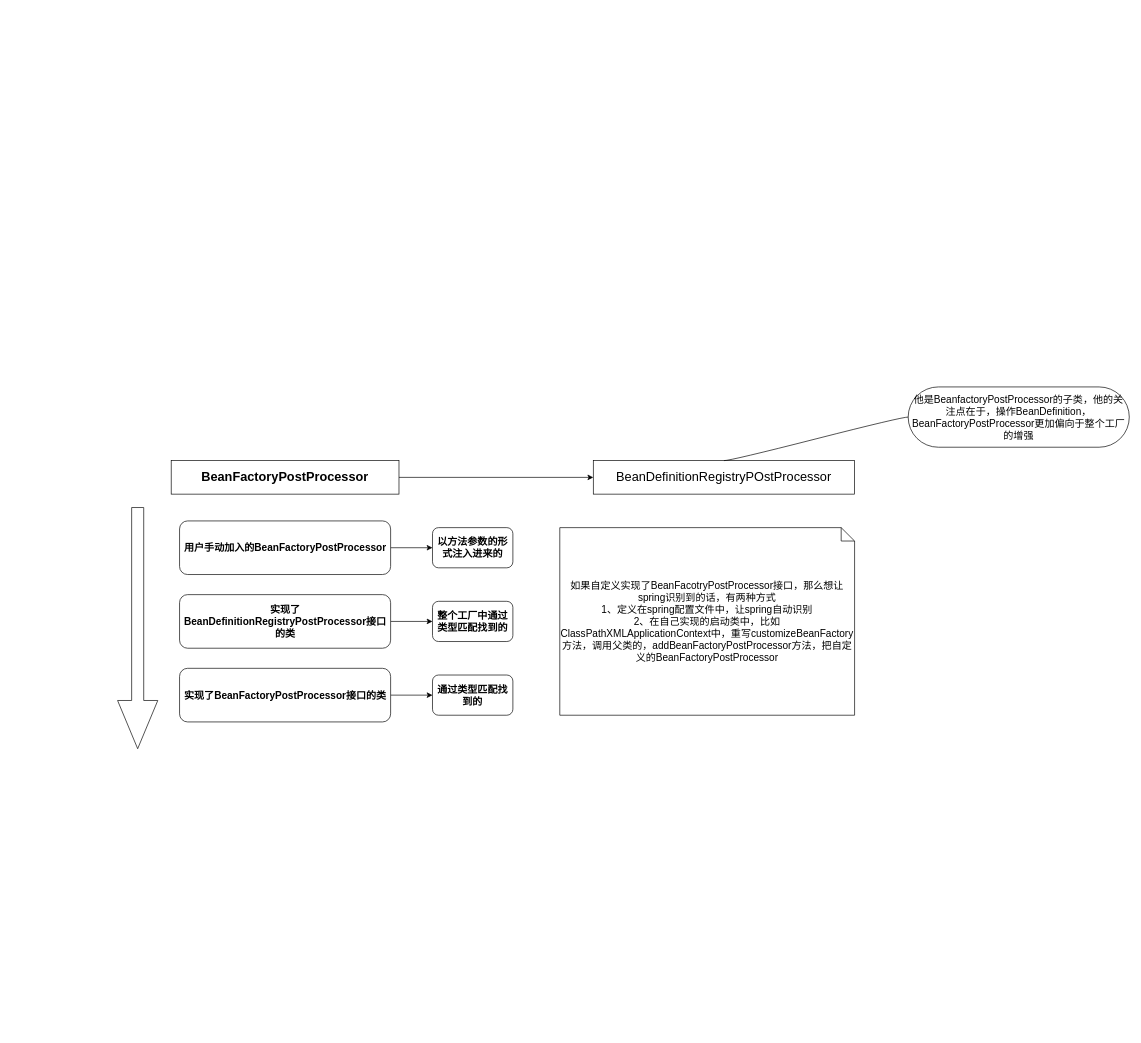
Above: spring/beanFactoryPostProcessor.drawio in ZWYXY/all_images (draw.io), before the change. Source tidied: cells renumbered, new cells numbered last; positions are measured from the earlier drawing's top-left corner, leaving out a move shared by most shapes. Both pictures are drawn from the tidied source at 67%, with x=0, y=0 at pixel (117, 387).
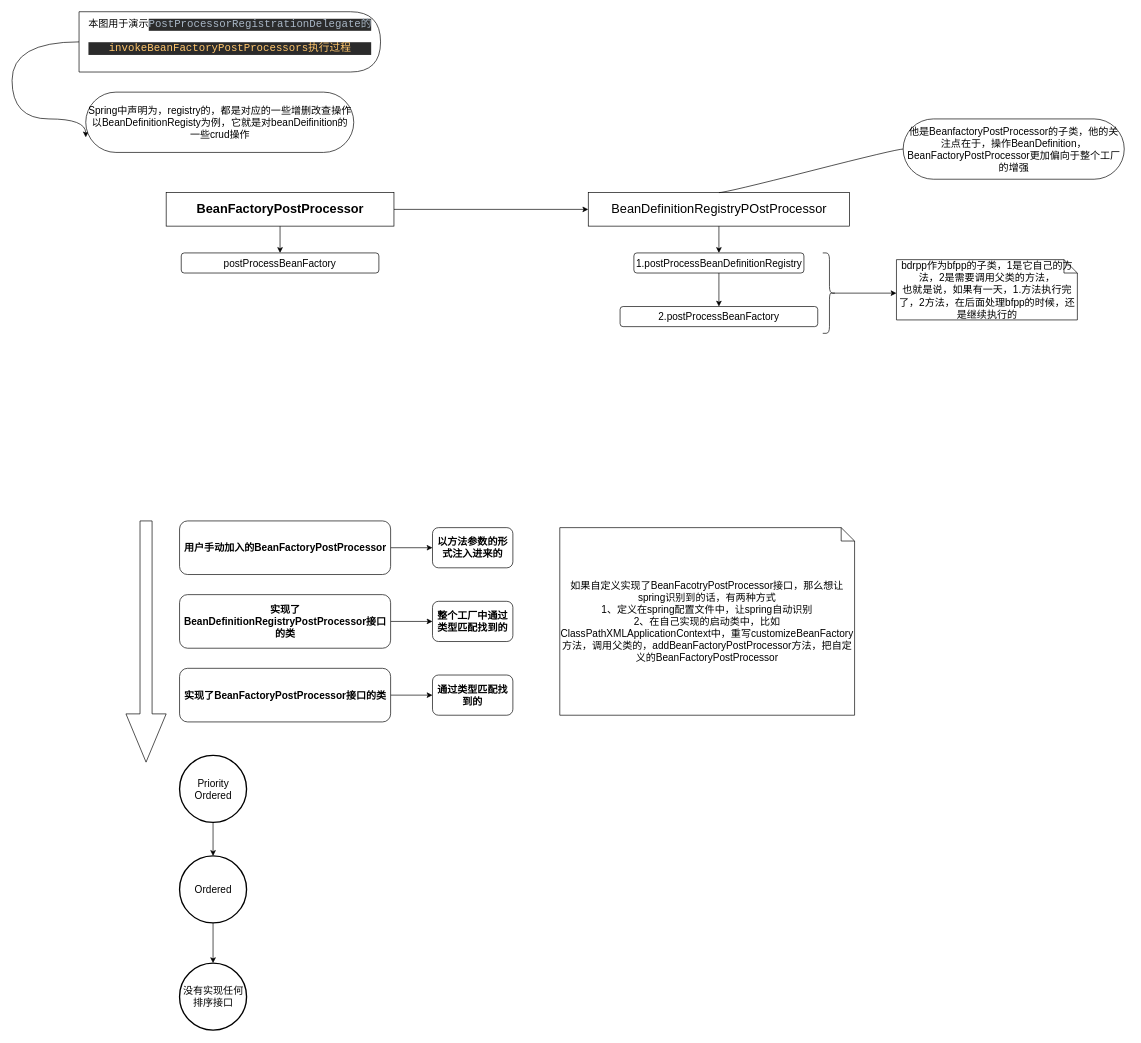
The same page after the edit.

Change to the diagram source:
```diff
@@
+    <mxCell id="18" style="edgeStyle=none;html=1;exitX=0.5;exitY=1;exitDx=0;exitDy=0;fontSize=15;" parent="1" edge="1" source="3" target="22">
+      <mxGeometry relative="1" as="geometry" />
+    </mxCell>
     <mxCell id="3" value="&lt;b&gt;&lt;font style=&quot;font-size: 19px&quot;&gt;BeanFactoryPostProcessor&lt;/font&gt;&lt;/b&gt;" style="rounded=0;whiteSpace=wrap;html=1;" parent="1" vertex="1">
-      <mxGeometry x="80" y="110" width="340" height="50" as="geometry" />
+      <mxGeometry x="72.5" y="-290" width="340" height="50" as="geometry" />
     </mxCell>
+    <mxCell id="19" style="edgeStyle=none;html=1;exitX=0.5;exitY=1;exitDx=0;exitDy=0;fontSize=15;" parent="1" edge="1" source="4" target="21">
+      <mxGeometry relative="1" as="geometry" />
+    </mxCell>
     <mxCell id="4" value="&lt;font style=&quot;font-size: 19px&quot;&gt;BeanDefinitionRegistryPOstProcessor&lt;/font&gt;" style="rounded=0;whiteSpace=wrap;html=1;" parent="1" vertex="1">
-      <mxGeometry x="710" y="110" width="390" height="50" as="geometry" />
+      <mxGeometry x="702.5" y="-290" width="390" height="50" as="geometry" />
     </mxCell>
     <mxCell id="5" style="shape=singleArrow;direction=south;whiteSpace=wrap;html=1;" parent="1" vertex="1">
-      <mxGeometry y="180" width="60" height="360" as="geometry" />
+      <mxGeometry x="12.5" y="200" width="60" height="360" as="geometry" />
     </mxCell>
@@
     <mxCell id="16" value="他是BeanfactoryPostProcessor的子类，他的关注点在于，操作BeanDefinition，BeanFactoryPostProcessor更加偏向于整个工厂的增强" style="whiteSpace=wrap;html=1;rounded=1;arcSize=50;align=center;verticalAlign=middle;strokeWidth=1;spacing=4;newEdgeStyle={&quot;edgeStyle&quot;:&quot;entityRelationEdgeStyle&quot;,&quot;startArrow&quot;:&quot;none&quot;,&quot;endArrow&quot;:&quot;none&quot;,&quot;segment&quot;:10,&quot;curved&quot;:1};fontSize=15;" parent="1" vertex="1">
-      <mxGeometry x="1180" width="330" height="90" as="geometry" />
+      <mxGeometry x="1172.5" y="-400" width="330" height="90" as="geometry" />
     </mxCell>
@@
+    <mxCell id="20" style="edgeStyle=none;html=1;exitX=0.5;exitY=1;exitDx=0;exitDy=0;entryX=0.5;entryY=0;entryDx=0;entryDy=0;fontSize=15;" parent="1" edge="1" source="21" target="23">
+      <mxGeometry relative="1" as="geometry" />
+    </mxCell>
+    <mxCell id="21" value="1.postProcessBeanDefinitionRegistry" style="rounded=1;whiteSpace=wrap;html=1;fontSize=15;" parent="1" vertex="1">
+      <mxGeometry x="770.6" y="-200" width="253.8" height="30" as="geometry" />
+    </mxCell>
+    <mxCell id="22" value="postProcessBeanFactory" style="rounded=1;whiteSpace=wrap;html=1;fontSize=15;" parent="1" vertex="1">
+      <mxGeometry x="95" y="-200" width="295" height="30" as="geometry" />
+    </mxCell>
+    <mxCell id="23" value="2.postProcessBeanFactory" style="rounded=1;whiteSpace=wrap;html=1;fontSize=15;" parent="1" vertex="1">
+      <mxGeometry x="750" y="-120" width="295" height="30" as="geometry" />
+    </mxCell>
+    <mxCell id="24" style="edgeStyle=none;html=1;exitX=0.1;exitY=0.5;exitDx=0;exitDy=0;exitPerimeter=0;fontSize=15;" parent="1" edge="1" source="25">
+      <mxGeometry relative="1" as="geometry">
+        <mxPoint x="1162.5" y="-140" as="targetPoint" />
+      </mxGeometry>
+    </mxCell>
+    <mxCell id="25" style="shape=curlyBracket;whiteSpace=wrap;html=1;rounded=1;flipH=1;fontSize=15;" parent="1" vertex="1">
+      <mxGeometry x="1052.5" y="-200" width="20" height="120" as="geometry" />
+    </mxCell>
+    <mxCell id="26" value="bdrpp作为bfpp的子类，1是它自己的方法，2是需要调用父类的方法，&lt;br&gt;也就是说，如果有一天，1.方法执行完了，2方法，在后面处理bfpp的时候，还是继续执行的" style="shape=note;size=20;whiteSpace=wrap;html=1;fontSize=15;" parent="1" vertex="1">
+      <mxGeometry x="1162.5" y="-190" width="270" height="90" as="geometry" />
+    </mxCell>
+    <mxCell id="27" style="edgeStyle=orthogonalEdgeStyle;html=1;exitX=0;exitY=0.5;exitDx=0;exitDy=0;entryX=0;entryY=0.75;entryDx=0;entryDy=0;fontSize=15;curved=1;" parent="1" edge="1" source="28" target="34">
+      <mxGeometry relative="1" as="geometry">
+        <Array as="points">
+          <mxPoint x="-157.5" y="-515" />
+          <mxPoint x="-157.5" y="-400" />
+        </Array>
+      </mxGeometry>
+    </mxCell>
+    <mxCell id="28" value="本图用于演示&lt;span style=&quot;background-color: rgb(43 , 43 , 43) ; color: rgb(169 , 183 , 198) ; font-family: &amp;#34;jetbrains mono extrabold&amp;#34; , monospace ; font-size: 12pt&quot;&gt;PostProcessorRegistrationDelegate的&lt;br&gt;&lt;/span&gt;&lt;pre style=&quot;background-color: #2b2b2b ; color: #a9b7c6 ; font-family: &amp;#34;jetbrains mono extrabold&amp;#34; , monospace ; font-size: 12.0pt&quot;&gt;&lt;span style=&quot;color: #ffc66d&quot;&gt;invokeBeanFactoryPostProcessors执行过程&lt;/span&gt;&lt;/pre&gt;" style="shape=delay;whiteSpace=wrap;html=1;fontSize=15;" parent="1" vertex="1">
+      <mxGeometry x="-57.5" y="-560" width="450" height="90" as="geometry" />
+    </mxCell>
+    <mxCell id="29" style="edgeStyle=none;html=1;exitX=0.5;exitY=1;exitDx=0;exitDy=0;exitPerimeter=0;fontSize=15;" parent="1" edge="1" source="30">
+      <mxGeometry relative="1" as="geometry">
+        <mxPoint x="142.5" y="700" as="targetPoint" />
+      </mxGeometry>
+    </mxCell>
+    <mxCell id="30" value="Priority&lt;br&gt;Ordered" style="strokeWidth=2;html=1;shape=mxgraph.flowchart.start_2;whiteSpace=wrap;fontSize=15;" parent="1" vertex="1">
+      <mxGeometry x="92.5" y="550" width="100" height="100" as="geometry" />
+    </mxCell>
+    <mxCell id="31" style="edgeStyle=none;html=1;fontSize=15;" parent="1" edge="1" source="32" target="33">
+      <mxGeometry relative="1" as="geometry" />
+    </mxCell>
+    <mxCell id="32" value="&lt;span&gt;Ordered&lt;/span&gt;" style="strokeWidth=2;html=1;shape=mxgraph.flowchart.start_2;whiteSpace=wrap;fontSize=15;" parent="1" vertex="1">
+      <mxGeometry x="92.5" y="700" width="100" height="100" as="geometry" />
+    </mxCell>
+    <mxCell id="33" value="没有实现任何排序接口" style="strokeWidth=2;html=1;shape=mxgraph.flowchart.start_2;whiteSpace=wrap;fontSize=15;" parent="1" vertex="1">
+      <mxGeometry x="92.5" y="860" width="100" height="100" as="geometry" />
+    </mxCell>
+    <mxCell id="34" value="Spring中声明为，registry的，都是对应的一些增删改查操作&lt;br&gt;以BeanDefinitionRegisty为例，它就是对beanDeifinition的一些crud操作" style="whiteSpace=wrap;html=1;rounded=1;arcSize=50;align=center;verticalAlign=middle;strokeWidth=1;spacing=4;newEdgeStyle={&quot;edgeStyle&quot;:&quot;entityRelationEdgeStyle&quot;,&quot;startArrow&quot;:&quot;none&quot;,&quot;endArrow&quot;:&quot;none&quot;,&quot;segment&quot;:10,&quot;curved&quot;:1};fontSize=15;" parent="1" vertex="1">
+      <mxGeometry x="-47.5" y="-440" width="400" height="90" as="geometry" />
+    </mxCell>
```
